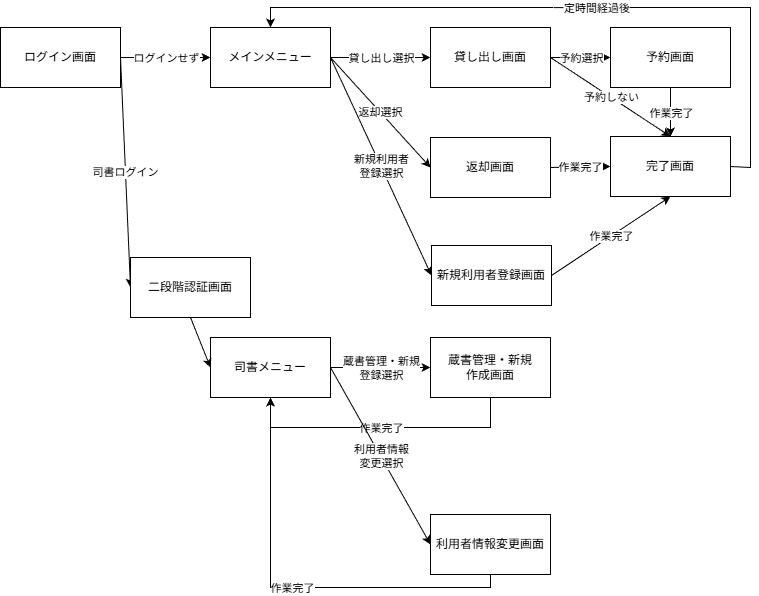
Earlier version of the draw.io export 画面遷移/liblaly_画面遷移図.drawio.png (lc-lor-lcb/liblary). Source tidied: cells renumbered, new cells last; positions are measured from the earlier drawing's top-left corner, leaving out a move shared by most shapes.
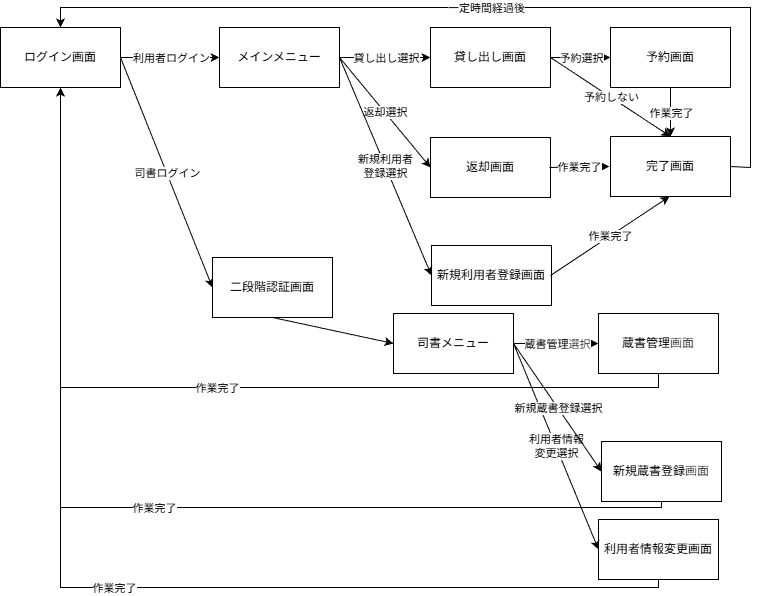
After the commit.

The edit, as a diff of the source:
```diff
@@ -6,16 +6,16 @@
       <mxGeometry y="20" width="120" height="60" as="geometry" />
     </mxCell>
     <mxCell id="3" value="メインメニュー" style="rounded=0;whiteSpace=wrap;html=1;" parent="1" vertex="1">
-      <mxGeometry x="210" y="20" width="120" height="60" as="geometry" />
+      <mxGeometry x="219" y="20" width="120" height="60" as="geometry" />
     </mxCell>
     <mxCell id="4" value="司書メニュー" style="rounded=0;whiteSpace=wrap;html=1;" parent="1" vertex="1">
-      <mxGeometry x="210" y="330" width="120" height="60" as="geometry" />
+      <mxGeometry x="393" y="306" width="120" height="60" as="geometry" />
     </mxCell>
     <mxCell id="5" value="貸し出し画面" style="rounded=0;whiteSpace=wrap;html=1;" parent="1" vertex="1">
       <mxGeometry x="430" y="20" width="120" height="60" as="geometry" />
     </mxCell>
-    <mxCell id="6" value="蔵書管理・新規&lt;div&gt;作成画面&lt;/div&gt;" style="rounded=0;whiteSpace=wrap;html=1;" parent="1" vertex="1">
-      <mxGeometry x="430" y="330" width="120" height="60" as="geometry" />
+    <mxCell id="6" value="蔵書管理&lt;span style=&quot;color: rgb(63, 63, 63); background-color: transparent;&quot;&gt;画面&lt;/span&gt;" style="rounded=0;whiteSpace=wrap;html=1;" parent="1" vertex="1">
+      <mxGeometry x="598" y="306" width="120" height="60" as="geometry" />
     </mxCell>
     <mxCell id="7" value="返却画面" style="rounded=0;whiteSpace=wrap;html=1;" parent="1" vertex="1">
       <mxGeometry x="430" y="130" width="120" height="60" as="geometry" />
@@ -29,13 +29,13 @@
     <mxCell id="10" style="endArrow=classic;html=1;rounded=0;exitX=1;exitY=0.5;exitDx=0;exitDy=0;entryX=0;entryY=0.5;entryDx=0;entryDy=0;" parent="1" edge="1" source="2" target="3">
       <mxGeometry relative="1" as="geometry" />
     </mxCell>
-    <mxCell id="11" value="ログインせず" style="edgeLabel;html=1;align=center;verticalAlign=middle;" parent="10" vertex="1">
+    <mxCell id="11" value="利用者ログイン" style="edgeLabel;html=1;align=center;verticalAlign=middle;" parent="10" vertex="1">
       <mxGeometry relative="1" as="geometry" />
     </mxCell>
     <mxCell id="12" style="endArrow=classic;html=1;rounded=0;entryX=0;entryY=0.5;entryDx=0;entryDy=0;exitX=1;exitY=0.5;exitDx=0;exitDy=0;" parent="1" edge="1" source="4" target="6">
       <mxGeometry relative="1" as="geometry" />
     </mxCell>
-    <mxCell id="13" value="蔵書管理・新規&lt;div&gt;登録選択&lt;/div&gt;" style="edgeLabel;html=1;align=center;verticalAlign=middle;" parent="12" vertex="1">
+    <mxCell id="13" value="蔵書管理&lt;span style=&quot;color: rgb(63, 63, 63); background-color: light-dark(#ffffff, var(--ge-dark-color, #121212));&quot;&gt;選択&lt;/span&gt;" style="edgeLabel;html=1;align=center;verticalAlign=middle;" parent="12" vertex="1">
       <mxGeometry relative="1" as="geometry" />
     </mxCell>
     <mxCell id="14" style="endArrow=classic;html=1;rounded=0;entryX=0;entryY=0.5;entryDx=0;entryDy=0;" parent="1" edge="1" target="28">
@@ -83,7 +83,7 @@
       <mxGeometry relative="1" as="geometry" />
     </mxCell>
     <mxCell id="28" value="二段階認証画面" style="rounded=0;whiteSpace=wrap;html=1;" parent="1" vertex="1">
-      <mxGeometry x="130" y="250" width="120" height="60" as="geometry" />
+      <mxGeometry x="212" y="250" width="120" height="60" as="geometry" />
     </mxCell>
     <mxCell id="29" style="endArrow=classic;html=1;rounded=0;entryX=0;entryY=0.5;entryDx=0;entryDy=0;exitX=0.5;exitY=1;exitDx=0;exitDy=0;" parent="1" edge="1" source="28" target="4">
       <mxGeometry relative="1" as="geometry" />
@@ -91,35 +91,41 @@
     <mxCell id="30" value="完了画面" style="rounded=0;whiteSpace=wrap;html=1;" parent="1" vertex="1">
       <mxGeometry x="610" y="129" width="120" height="60" as="geometry" />
     </mxCell>
-    <mxCell id="31" style="endArrow=classic;html=1;rounded=0;exitX=1;exitY=0.5;exitDx=0;exitDy=0;entryX=0;entryY=0.5;entryDx=0;entryDy=0;" parent="1" edge="1" source="7" target="30">
-      <mxGeometry relative="1" as="geometry" />
+    <mxCell id="31" style="endArrow=classic;html=1;rounded=0;exitX=1;exitY=0.5;exitDx=0;exitDy=0;entryX=0;entryY=0.5;entryDx=0;entryDy=0;" parent="1" edge="1">
+      <mxGeometry relative="1" as="geometry">
+        <mxPoint x="549" y="160" as="sourcePoint" />
+        <mxPoint x="609" y="159" as="targetPoint" />
+      </mxGeometry>
     </mxCell>
     <mxCell id="32" value="作業完了" style="edgeLabel;html=1;align=center;verticalAlign=middle;" parent="31" vertex="1">
       <mxGeometry relative="1" as="geometry" />
     </mxCell>
-    <mxCell id="33" style="endArrow=classic;html=1;rounded=0;exitX=1;exitY=0.5;exitDx=0;exitDy=0;entryX=0.5;entryY=1;entryDx=0;entryDy=0;" parent="1" edge="1" source="8" target="30">
-      <mxGeometry relative="1" as="geometry" />
+    <mxCell id="33" style="endArrow=classic;html=1;rounded=0;exitX=1;exitY=0.5;exitDx=0;exitDy=0;entryX=0.5;entryY=1;entryDx=0;entryDy=0;" parent="1" edge="1">
+      <mxGeometry relative="1" as="geometry">
+        <mxPoint x="550" y="268" as="sourcePoint" />
+        <mxPoint x="669" y="189" as="targetPoint" />
+      </mxGeometry>
     </mxCell>
     <mxCell id="34" value="作業完了" style="edgeLabel;html=1;align=center;verticalAlign=middle;" parent="33" vertex="1">
       <mxGeometry relative="1" as="geometry" />
     </mxCell>
-    <mxCell id="35" style="endArrow=classic;html=1;rounded=0;exitX=1;exitY=0.5;exitDx=0;exitDy=0;entryX=0.5;entryY=0;entryDx=0;entryDy=0;" parent="1" edge="1" source="30" target="3">
+    <mxCell id="35" style="endArrow=classic;html=1;rounded=0;exitX=1;exitY=0.5;exitDx=0;exitDy=0;entryX=0.5;entryY=0;entryDx=0;entryDy=0;" parent="1" edge="1" source="30" target="2">
       <mxGeometry relative="1" as="geometry">
         <Array as="points">
           <mxPoint x="750" y="160" />
           <mxPoint x="750" />
-          <mxPoint x="270" />
+          <mxPoint x="60" />
         </Array>
       </mxGeometry>
     </mxCell>
     <mxCell id="36" value="一定時間経過後" style="edgeLabel;html=1;align=center;verticalAlign=middle;" parent="35" vertex="1">
       <mxGeometry relative="1" as="geometry" />
     </mxCell>
-    <mxCell id="37" style="endArrow=classic;html=1;rounded=0;exitX=0.5;exitY=1;exitDx=0;exitDy=0;entryX=0.5;entryY=1;entryDx=0;entryDy=0;" parent="1" edge="1" source="6" target="4">
+    <mxCell id="37" style="endArrow=classic;html=1;rounded=0;entryX=0.5;entryY=1;entryDx=0;entryDy=0;exitX=0.5;exitY=1;exitDx=0;exitDy=0;" parent="1" edge="1" source="6" target="2">
       <mxGeometry relative="1" as="geometry">
         <Array as="points">
-          <mxPoint x="490" y="420" />
-          <mxPoint x="270" y="420" />
+          <mxPoint x="658" y="380" />
+          <mxPoint x="60" y="380" />
         </Array>
       </mxGeometry>
     </mxCell>
@@ -130,13 +136,13 @@
       <mxGeometry x="0.03" y="3" relative="1" as="geometry" />
     </mxCell>
     <mxCell id="40" value="利用者情報変更画面" style="rounded=0;whiteSpace=wrap;html=1;" parent="1" vertex="1">
-      <mxGeometry x="430" y="507" width="120" height="60" as="geometry" />
+      <mxGeometry x="598" y="512" width="120" height="60" as="geometry" />
     </mxCell>
-    <mxCell id="41" style="endArrow=classic;html=1;rounded=0;exitX=0.5;exitY=1;exitDx=0;exitDy=0;entryX=0.5;entryY=1;entryDx=0;entryDy=0;" parent="1" edge="1" source="40" target="4">
+    <mxCell id="41" style="endArrow=classic;html=1;rounded=0;exitX=0.5;exitY=1;exitDx=0;exitDy=0;entryX=0.5;entryY=1;entryDx=0;entryDy=0;" parent="1" edge="1" source="40" target="2">
       <mxGeometry relative="1" as="geometry">
         <Array as="points">
-          <mxPoint x="490" y="580" />
-          <mxPoint x="270" y="580" />
+          <mxPoint x="658" y="580" />
+          <mxPoint x="60" y="580" />
         </Array>
       </mxGeometry>
     </mxCell>
@@ -149,5 +155,25 @@
     <mxCell id="44" value="利用者情報&lt;br&gt;変更選択" style="edgeLabel;html=1;align=center;verticalAlign=middle;" parent="43" vertex="1">
       <mxGeometry relative="1" as="geometry" />
     </mxCell>
+    <mxCell id="45" value="新規蔵書登録&lt;span style=&quot;color: rgb(63, 63, 63); background-color: transparent;&quot;&gt;画面&lt;/span&gt;" style="rounded=0;whiteSpace=wrap;html=1;" parent="1" vertex="1">
+      <mxGeometry x="601" y="434" width="120" height="60" as="geometry" />
+    </mxCell>
+    <mxCell id="46" style="endArrow=classic;html=1;rounded=0;exitX=0.5;exitY=1;exitDx=0;exitDy=0;entryX=0.5;entryY=1;entryDx=0;entryDy=0;" parent="1" edge="1" source="45" target="2">
+      <mxGeometry relative="1" as="geometry">
+        <Array as="points">
+          <mxPoint x="661" y="500" />
+          <mxPoint x="60" y="500" />
+        </Array>
+      </mxGeometry>
+    </mxCell>
+    <mxCell id="47" value="作業完了" style="edgeLabel;html=1;align=center;verticalAlign=middle;" parent="46" vertex="1">
+      <mxGeometry relative="1" as="geometry" />
+    </mxCell>
+    <mxCell id="48" style="endArrow=classic;html=1;rounded=0;entryX=0;entryY=0.5;entryDx=0;entryDy=0;exitX=1;exitY=0.5;exitDx=0;exitDy=0;" parent="1" edge="1" source="4" target="45">
+      <mxGeometry relative="1" as="geometry" />
+    </mxCell>
+    <mxCell id="49" value="新規蔵書登録選択" style="edgeLabel;html=1;align=center;verticalAlign=middle;" parent="48" vertex="1">
+      <mxGeometry relative="1" as="geometry" />
+    </mxCell>
   </root>
 </mxGraphModel>
```
